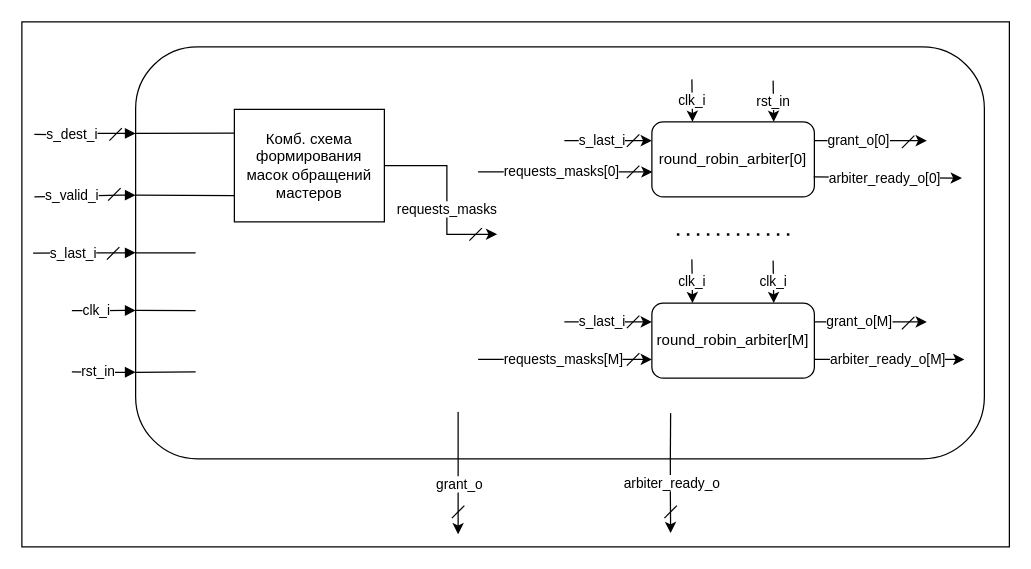
The draw.io diagram docs/source/arbiters_unit.drawio in sorukohi/stream-crossbar, before the edit. Source tidied: cells renumbered, new cells numbered last; positions are measured from the earlier drawing's top-left corner, leaving out a move shared by most shapes. Both pictures are drawn from the tidied source at 125%, with x=0, y=0 at pixel (21, 21).
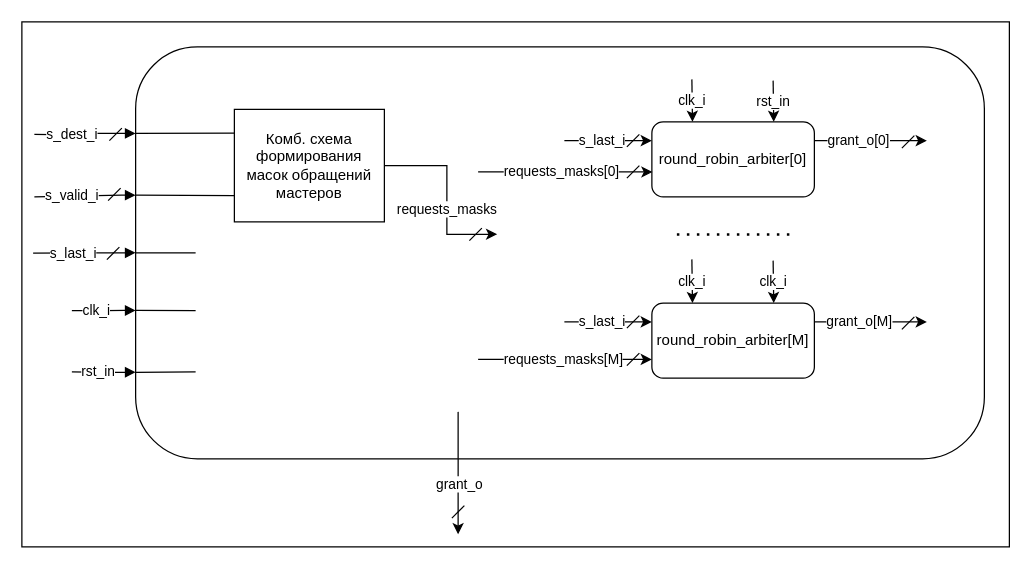
Above is the later version.

Unchanged cells that the change refers to:
```xml
<mxCell id="6" style="rounded=1;whiteSpace=wrap;html=1;points=[[0,0,0,0,0],[0,0.21,0,0,0],[0,0.36,0,0,0],[0,0.5,0,0,0],[0,0.64,0,0,0],[0,0.79,0,0,0],[0,1,0,0,0],[0.25,0,0,0,0],[0.25,1,0,0,0],[0.38,1,0,0,0],[0.5,0,0,0,0],[0.5,1,0,0,0],[0.63,1,0,0,0],[0.75,0,0,0,0],[0.75,1,0,0,0],[1,0,0,0,0],[1,0.25,0,0,0],[1,0.5,0,0,0],[1,0.75,0,0,0],[1,1,0,0,0]];fillColor=none;" parent="1" vertex="1">
  <mxGeometry x="91" y="20" width="679" height="329.5" as="geometry" />
</mxCell>
<mxCell id="24" value="round_robin_arbiter[0]" style="rounded=1;whiteSpace=wrap;html=1;" parent="1" vertex="1">
  <mxGeometry x="504" y="80" width="130" height="60" as="geometry" />
</mxCell>
<mxCell id="25" value="round_robin_arbiter[M]" style="rounded=1;whiteSpace=wrap;html=1;" parent="1" vertex="1">
  <mxGeometry x="504" y="225" width="130" height="60" as="geometry" />
</mxCell>
```

The edit, as a diff of the source:
```diff
@@
-    <mxCell id="4" value="arbiter_ready_o" style="edgeStyle=orthogonalEdgeStyle;rounded=0;jettySize=auto;html=1;exitX=0.63;exitY=1;exitDx=0;exitDy=0;exitPerimeter=0;" parent="1" edge="1" source="6">
-      <mxGeometry x="-0.32" y="1" relative="1" as="geometry">
-        <mxPoint x="519" y="409" as="targetPoint" />
-      </mxGeometry>
-    </mxCell>
@@
-    <mxCell id="14" style="endArrow=none;html=1;rounded=0;" parent="1" edge="1">
-      <mxGeometry relative="1" as="geometry">
-        <mxPoint x="514" y="397" as="sourcePoint" />
-        <mxPoint x="524" y="387" as="targetPoint" />
-      </mxGeometry>
-    </mxCell>
@@
-    <mxCell id="20" style="endArrow=none;html=1;rounded=0;exitX=0.63;exitY=1;exitDx=0;exitDy=0;exitPerimeter=0;" parent="1" edge="1" source="6">
-      <mxGeometry relative="1" as="geometry">
-        <mxPoint x="519" y="313" as="targetPoint" />
-      </mxGeometry>
-    </mxCell>
@@
-    <mxCell id="27" value="arbiter_ready_o[0]" style="endArrow=classic;html=1;rounded=0;exitX=0.996;exitY=0.733;exitDx=0;exitDy=0;exitPerimeter=0;align=left;" parent="1" edge="1" source="24">
-      <mxGeometry x="-0.82" y="-1" relative="1" as="geometry">
-        <mxPoint x="752" y="125" as="targetPoint" />
-      </mxGeometry>
-    </mxCell>
@@
-    <mxCell id="30" value="arbiter_ready_o[M]" style="endArrow=classic;html=1;rounded=0;exitX=1;exitY=0.75;exitDx=0;exitDy=0;align=left;" parent="1" edge="1" source="25">
-      <mxGeometry x="-0.82" relative="1" as="geometry">
-        <mxPoint x="754" y="270" as="targetPoint" />
-        <Array as="points">
-          <mxPoint x="744" y="270" />
-        </Array>
-      </mxGeometry>
-    </mxCell>
```
